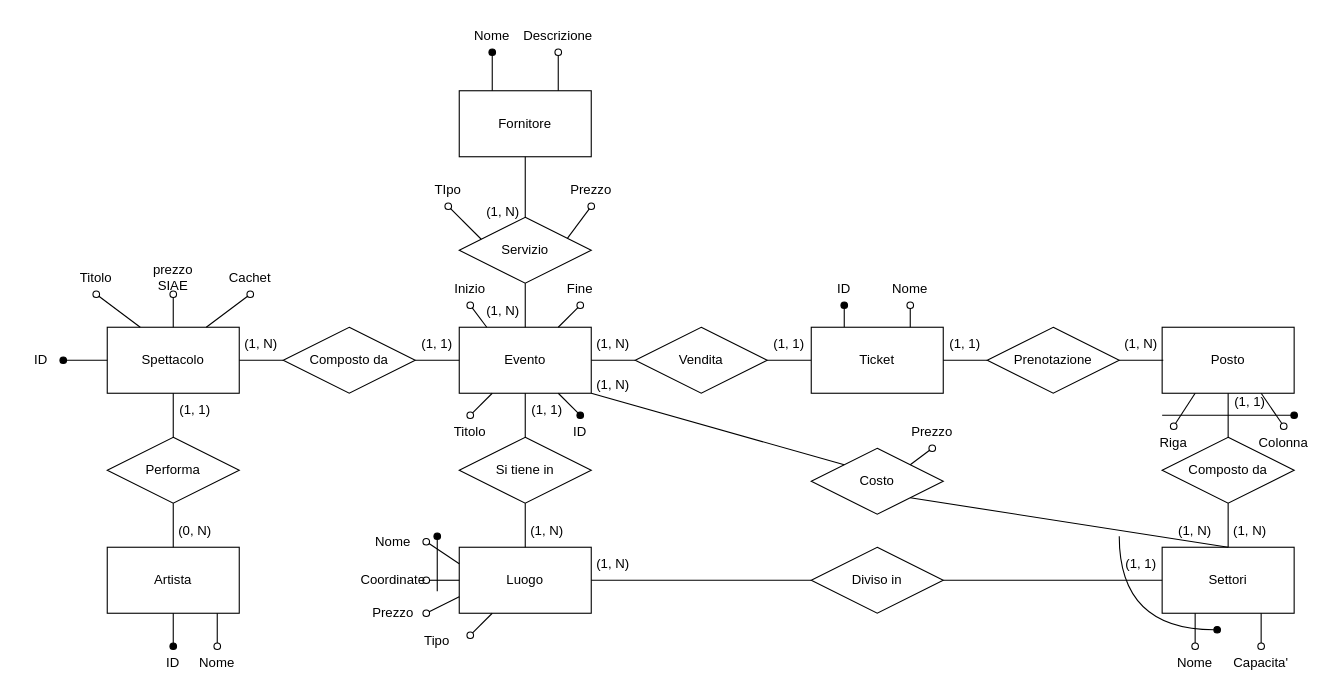
The draw.io diagram ER.drawio in lucat1/unibo_90107_progetto, before the edit. Source tidied: cells renumbered, new cells numbered last; positions are measured from the earlier drawing's top-left corner, leaving out a move shared by most shapes. Both pictures are drawn from the tidied source at 110%, with x=0, y=0 at pixel (19, 19).
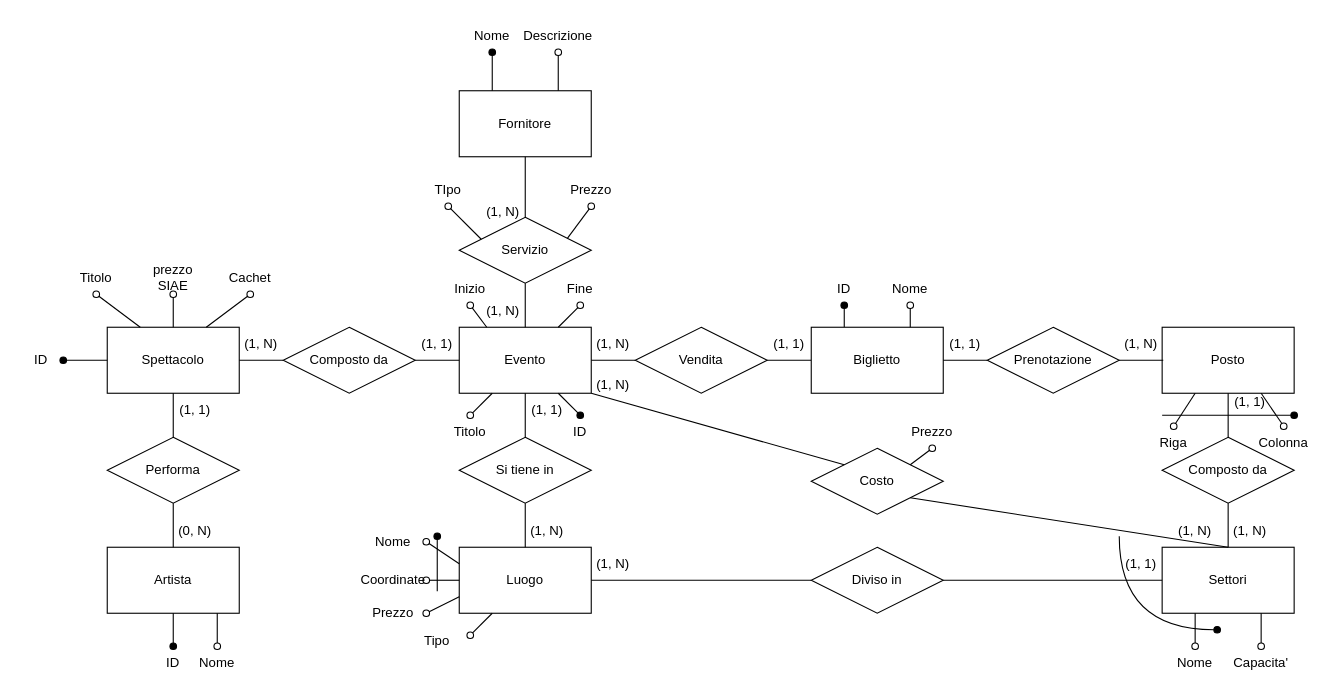
Above is the later version.

What changed in the source:
```diff
@@
-    <mxCell id="94" value="&lt;div&gt;Ticket&lt;/div&gt;" style="rounded=0;whiteSpace=wrap;html=1;" parent="1" vertex="1">
+    <mxCell id="94" value="&lt;div&gt;Biglietto&lt;/div&gt;" style="rounded=0;whiteSpace=wrap;html=1;" parent="1" vertex="1">
       <mxGeometry x="720" y="280" width="120" height="60" as="geometry" />
     </mxCell>
```
